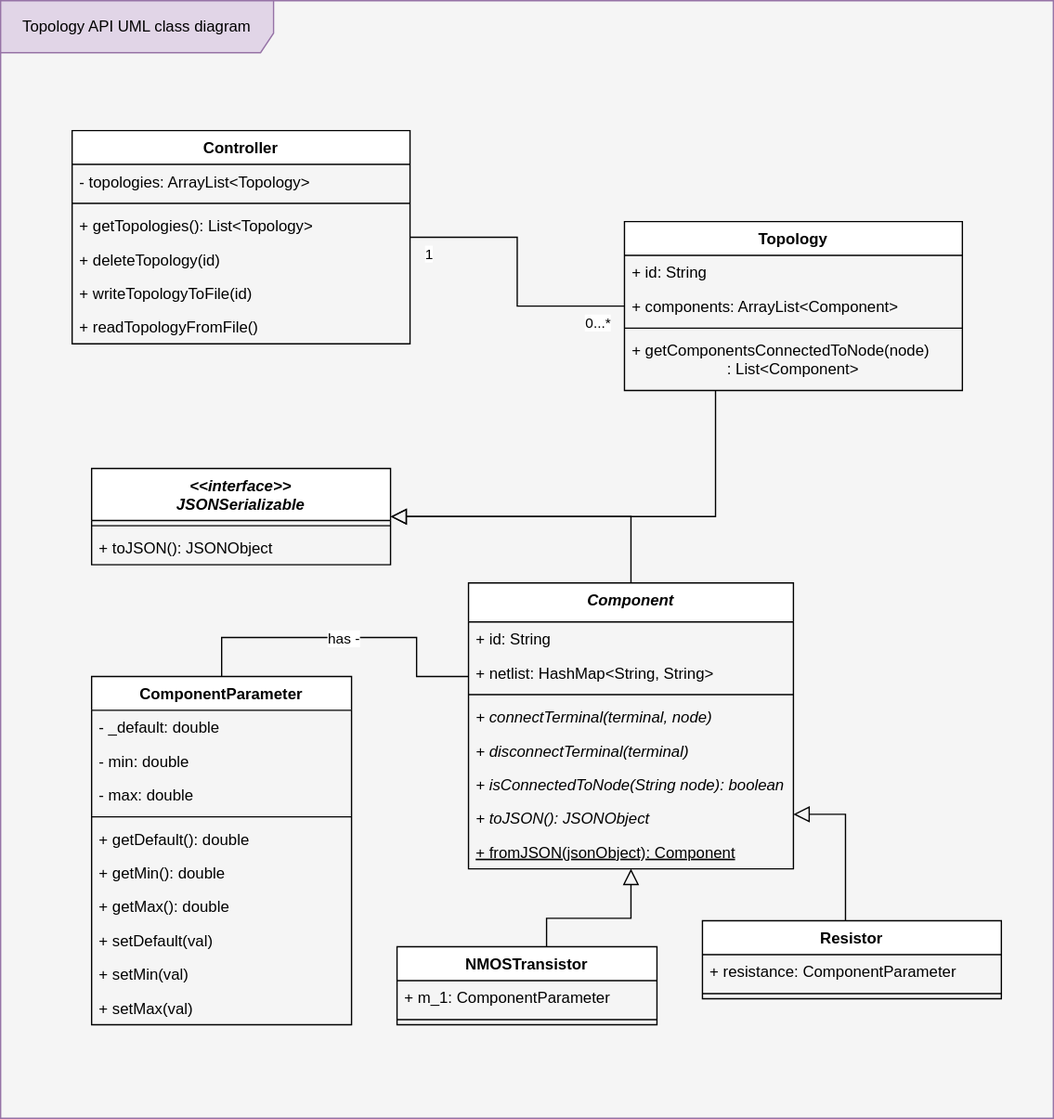
Earlier version of the draw.io export classes-uml.svg (MuhammadSawalhy/TopologyAPI). Source tidied: cells renumbered, new cells last; positions are measured from the earlier drawing's top-left corner, leaving out a move shared by most shapes.
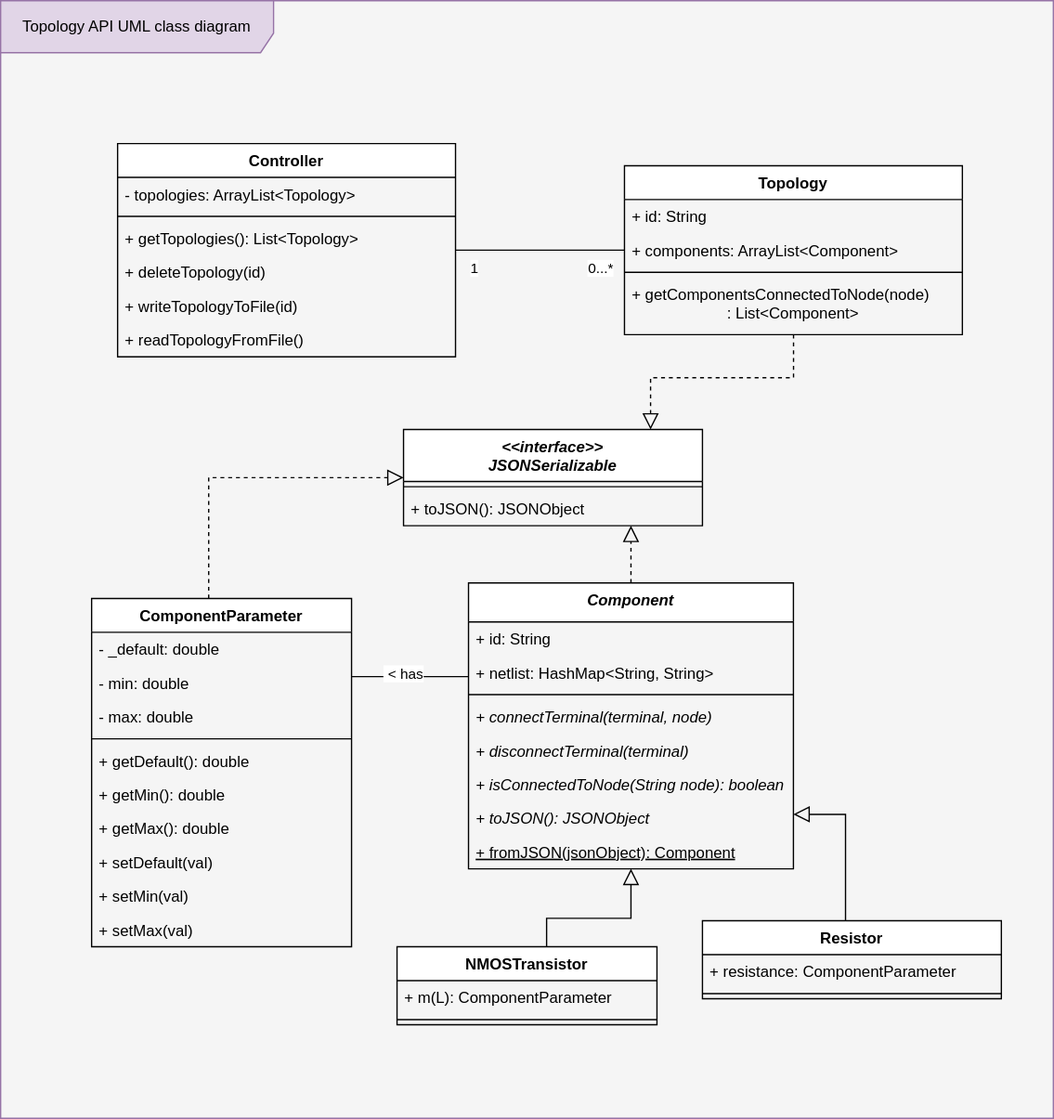
After the commit.

Commit message:
Refactor and organize the UML diagram

The edit, as a diff of the source:
```diff
@@ -5,10 +5,10 @@
     <mxCell id="2" value="Topology API UML class diagram" style="shape=umlFrame;whiteSpace=wrap;html=1;fontFamily=Helvetica;width=210;height=40;fillColor=#e1d5e7;strokeColor=#9673a6;gradientColor=none;swimlaneFillColor=#F5F5F5;" parent="1" vertex="1">
       <mxGeometry width="810" height="860" as="geometry" />
     </mxCell>
-    <mxCell id="3" style="edgeStyle=orthogonalEdgeStyle;rounded=0;jettySize=auto;html=1;endArrow=block;endFill=0;endSize=10;entryX=1;entryY=0.5;entryDx=0;entryDy=0;" parent="1" edge="1" source="4" target="55">
+    <mxCell id="3" style="edgeStyle=orthogonalEdgeStyle;rounded=0;jettySize=auto;html=1;endArrow=block;endFill=0;endSize=10;dashed=1;" parent="1" edge="1" source="4" target="55">
       <mxGeometry relative="1" as="geometry">
         <Array as="points">
-          <mxPoint x="485" y="397" />
+          <mxPoint x="485" y="387" />
         </Array>
       </mxGeometry>
     </mxCell>
@@ -40,7 +40,7 @@
       <mxGeometry y="194" width="250" height="26" as="geometry" />
     </mxCell>
     <mxCell id="13" value="Controller" style="swimlane;fontStyle=1;align=center;verticalAlign=top;horizontal=1;startSize=26;" parent="1" vertex="1">
-      <mxGeometry x="55" y="100" width="260" height="164" as="geometry" />
+      <mxGeometry x="90" y="110" width="260" height="164" as="geometry" />
     </mxCell>
     <mxCell id="14" value="- topologies: ArrayList&lt;Topology&gt;" style="text;strokeColor=none;fillColor=none;align=left;verticalAlign=top;spacingLeft=4;spacingRight=4;overflow=hidden;" parent="13" vertex="1">
       <mxGeometry y="26" width="260" height="26" as="geometry" />
@@ -71,7 +71,7 @@
     <mxCell id="21" value="NMOSTransistor" style="swimlane;fontStyle=1;align=center;verticalAlign=top;horizontal=1;startSize=26;" parent="1" vertex="1">
       <mxGeometry x="305" y="728" width="200" height="60" as="geometry" />
     </mxCell>
-    <mxCell id="22" value="+ m_1: ComponentParameter" style="text;strokeColor=none;fillColor=none;align=left;verticalAlign=top;spacingLeft=4;spacingRight=4;overflow=hidden;" parent="21" vertex="1">
+    <mxCell id="22" value="+ m(L): ComponentParameter" style="text;strokeColor=none;fillColor=none;align=left;verticalAlign=top;spacingLeft=4;spacingRight=4;overflow=hidden;fontFamily=Helvetica;" parent="21" vertex="1">
       <mxGeometry y="26" width="200" height="26" as="geometry" />
     </mxCell>
     <mxCell id="23" style="line;strokeWidth=1;fillColor=none;align=left;verticalAlign=middle;spacingTop=-1;spacingLeft=3;spacingRight=3;labelPosition=right;" parent="21" vertex="1">
@@ -106,15 +106,16 @@
         <mxPoint x="-10" y="21" as="offset" />
       </mxGeometry>
     </mxCell>
-    <mxCell id="31" style="edgeStyle=orthogonalEdgeStyle;rounded=0;jettySize=auto;html=1;entryX=1;entryY=0.5;entryDx=0;entryDy=0;endArrow=block;endFill=0;endSize=10;" parent="1" edge="1" source="32" target="55">
+    <mxCell id="31" style="edgeStyle=orthogonalEdgeStyle;rounded=0;jettySize=auto;html=1;endArrow=block;endFill=0;endSize=10;dashed=1;" parent="1" edge="1" source="32" target="55">
       <mxGeometry relative="1" as="geometry">
         <Array as="points">
-          <mxPoint x="550" y="397" />
+          <mxPoint x="610" y="290" />
+          <mxPoint x="500" y="290" />
         </Array>
       </mxGeometry>
     </mxCell>
     <mxCell id="32" value="Topology" style="swimlane;fontStyle=1;align=center;verticalAlign=top;horizontal=1;startSize=26;" parent="1" vertex="1">
-      <mxGeometry x="480" y="170" width="260" height="130" as="geometry" />
+      <mxGeometry x="480" y="127" width="260" height="130" as="geometry" />
     </mxCell>
     <mxCell id="33" value="+ id: String" style="text;strokeColor=none;fillColor=none;align=left;verticalAlign=top;spacingLeft=4;spacingRight=4;overflow=hidden;" parent="32" vertex="1">
       <mxGeometry y="26" width="260" height="26" as="geometry" />
@@ -131,19 +132,25 @@
     <mxCell id="37" style="edgeStyle=orthogonalEdgeStyle;rounded=0;jettySize=auto;html=1;endArrow=none;endFill=0;startSize=10;endSize=10;" parent="1" edge="1" source="39" target="4">
       <mxGeometry relative="1" as="geometry">
         <Array as="points">
-          <mxPoint x="170" y="490" />
-          <mxPoint x="320" y="490" />
-          <mxPoint x="320" y="520" />
+          <mxPoint x="290" y="520" />
+          <mxPoint x="290" y="520" />
         </Array>
       </mxGeometry>
     </mxCell>
-    <mxCell id="38" value="has -" style="edgeLabel;html=1;align=center;verticalAlign=middle;rotation=0;fontStyle=0;fontFamily=Helvetica;" parent="37" vertex="1">
+    <mxCell id="38" value="&amp;nbsp;&amp;lt; has" style="edgeLabel;html=1;align=center;verticalAlign=middle;rotation=0;fontStyle=0;fontFamily=Helvetica;" parent="37" vertex="1">
       <mxGeometry x="0.05" y="2" relative="1" as="geometry">
-        <mxPoint x="-8" y="2" as="offset" />
+        <mxPoint x="-8" y="-1" as="offset" />
       </mxGeometry>
     </mxCell>
+    <mxCell id="58" style="edgeStyle=orthogonalEdgeStyle;rounded=0;jettySize=auto;html=1;endArrow=block;endFill=0;endSize=10;dashed=1;" parent="1" edge="1" source="39" target="55">
+      <mxGeometry relative="1" as="geometry">
+        <Array as="points">
+          <mxPoint x="160" y="367" />
+        </Array>
+      </mxGeometry>
+    </mxCell>
     <mxCell id="39" value="ComponentParameter" style="swimlane;fontStyle=1;align=center;verticalAlign=top;horizontal=1;startSize=26;" parent="1" vertex="1">
-      <mxGeometry x="70" y="520" width="200" height="268" as="geometry" />
+      <mxGeometry x="70" y="460" width="200" height="268" as="geometry" />
     </mxCell>
     <mxCell id="40" value="- _default: double    " style="text;strokeColor=none;fillColor=none;align=left;verticalAlign=top;spacingLeft=4;spacingRight=4;overflow=hidden;" parent="39" vertex="1">
       <mxGeometry y="26" width="200" height="26" as="geometry" />
@@ -201,7 +208,7 @@
       </mxGeometry>
     </mxCell>
     <mxCell id="55" value="&lt;&lt;interface&gt;&gt;&#10;JSONSerializable" style="swimlane;fontStyle=3;align=center;verticalAlign=top;horizontal=1;startSize=40;" parent="1" vertex="1">
-      <mxGeometry x="70" y="360" width="230" height="74" as="geometry" />
+      <mxGeometry x="310" y="330" width="230" height="74" as="geometry" />
     </mxCell>
     <mxCell id="56" style="line;strokeWidth=1;fillColor=none;align=left;verticalAlign=middle;spacingTop=-1;spacingLeft=3;spacingRight=3;labelPosition=right;" parent="55" vertex="1">
       <mxGeometry y="40" width="230" height="8" as="geometry" />
```
